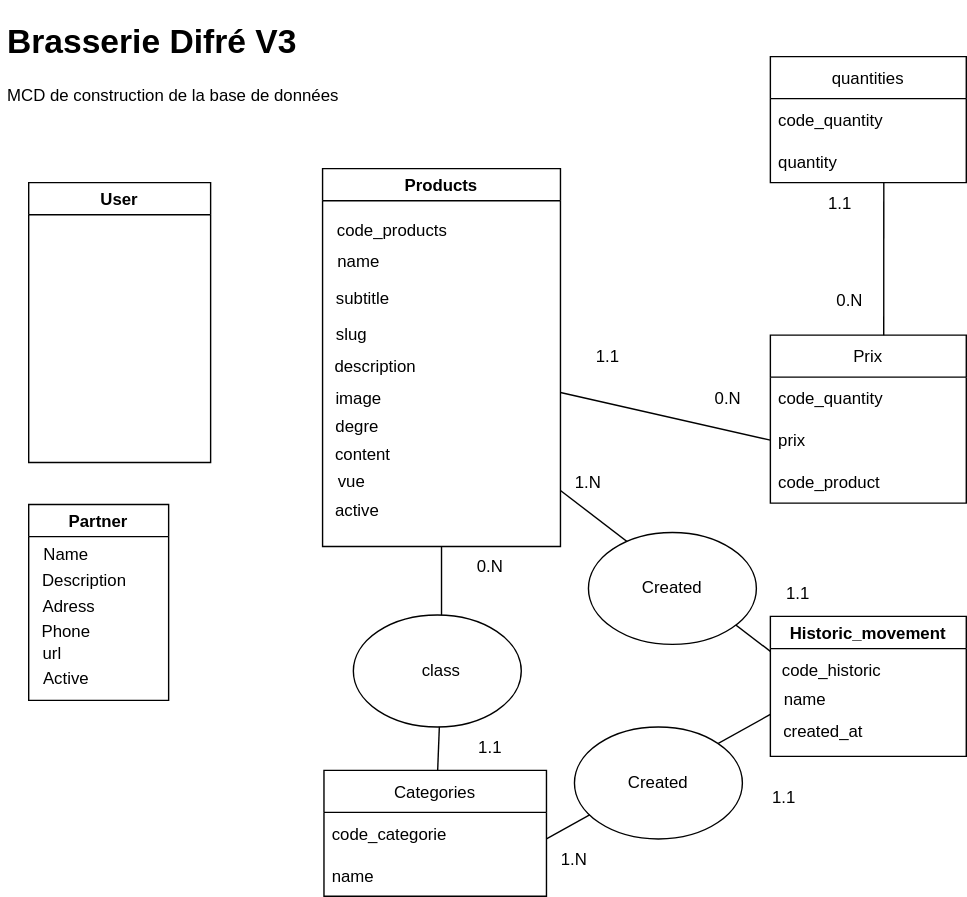
Earlier version of the draw.io export sources/mcd.drawio.svg (maitrecanard/brasseriedifre_v3). Source tidied: cells renumbered, new cells last; positions are measured from the earlier drawing's top-left corner, leaving out a move shared by most shapes.
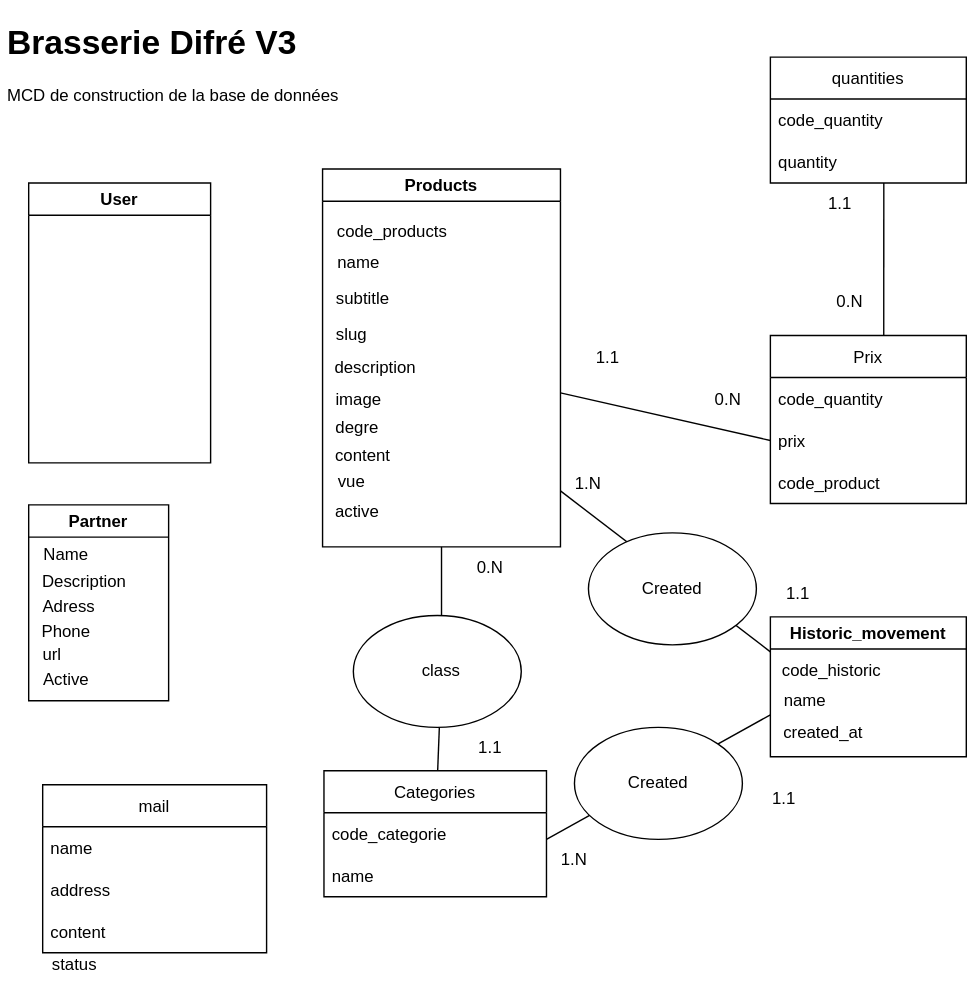
Later version of the same file.

What changed in the source:
```diff
@@ -174,5 +174,20 @@
     <mxCell id="55" value="Active" style="text;html=1;strokeColor=none;fillColor=none;align=center;verticalAlign=middle;whiteSpace=wrap;rounded=0;" parent="49" vertex="1">
       <mxGeometry x="-3" y="110" width="60" height="30" as="geometry" />
     </mxCell>
+    <mxCell id="56" value="mail" style="swimlane;fontStyle=0;horizontal=1;startSize=30;" parent="1" vertex="1">
+      <mxGeometry x="30" y="550" width="160" height="120" as="geometry" />
+    </mxCell>
+    <mxCell id="57" value="name" style="text;strokeColor=none;fillColor=none;align=left;verticalAlign=middle;spacingLeft=4;spacingRight=4;overflow=hidden;" parent="56" vertex="1">
+      <mxGeometry y="30" width="160" height="30" as="geometry" />
+    </mxCell>
+    <mxCell id="58" value="address" style="text;strokeColor=none;fillColor=none;align=left;verticalAlign=middle;spacingLeft=4;spacingRight=4;overflow=hidden;" parent="56" vertex="1">
+      <mxGeometry y="60" width="160" height="30" as="geometry" />
+    </mxCell>
+    <mxCell id="59" value="content" style="text;strokeColor=none;fillColor=none;align=left;verticalAlign=middle;spacingLeft=4;spacingRight=4;overflow=hidden;" parent="56" vertex="1">
+      <mxGeometry y="90" width="160" height="30" as="geometry" />
+    </mxCell>
+    <mxCell id="60" value="status" style="text;strokeColor=none;fillColor=none;align=left;verticalAlign=middle;spacingLeft=4;spacingRight=4;overflow=hidden;" parent="1" vertex="1">
+      <mxGeometry x="31" y="663" width="160" height="30" as="geometry" />
+    </mxCell>
   </root>
 </mxGraphModel>
```
